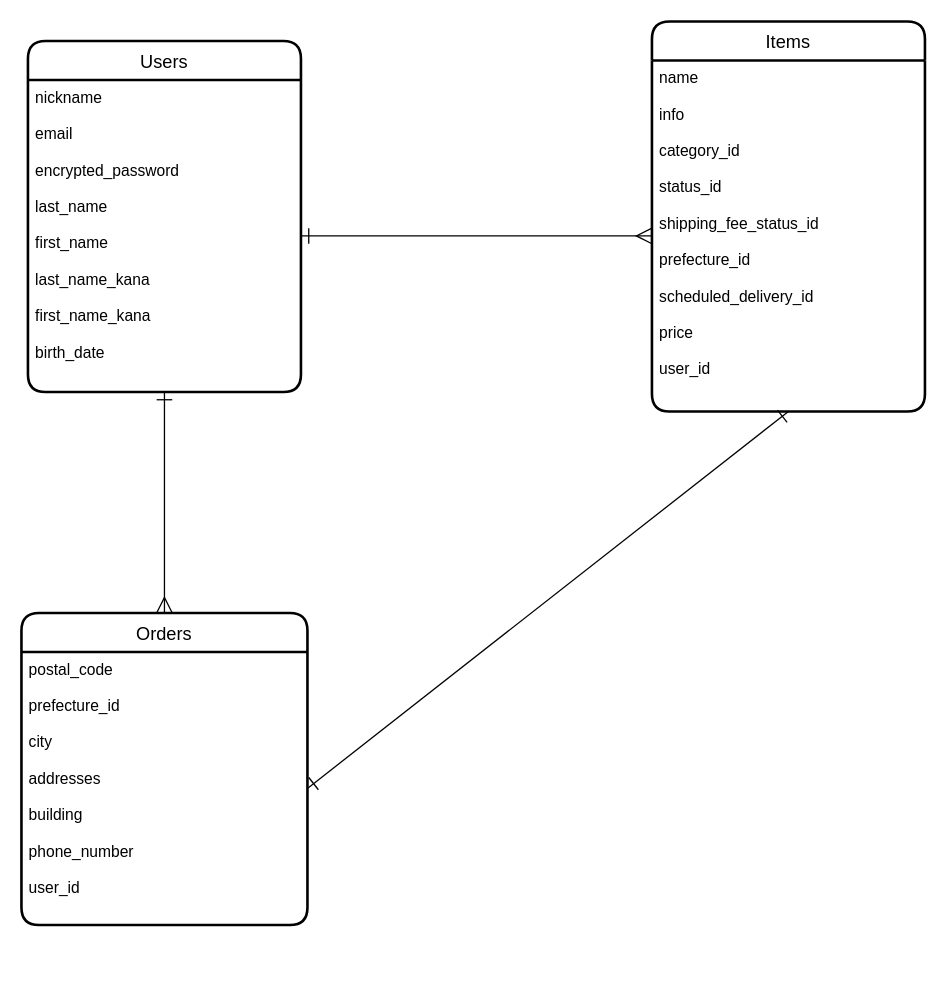
This is ER.dio from chibashu/furima-37146, a draw.io file, before an edit. Source tidied: cells renumbered, new cells numbered last; positions are measured from the earlier drawing's top-left corner, leaving out a move shared by most shapes. Both pictures are drawn from the tidied source at 130%, with x=0, y=0 at pixel (21, 21).
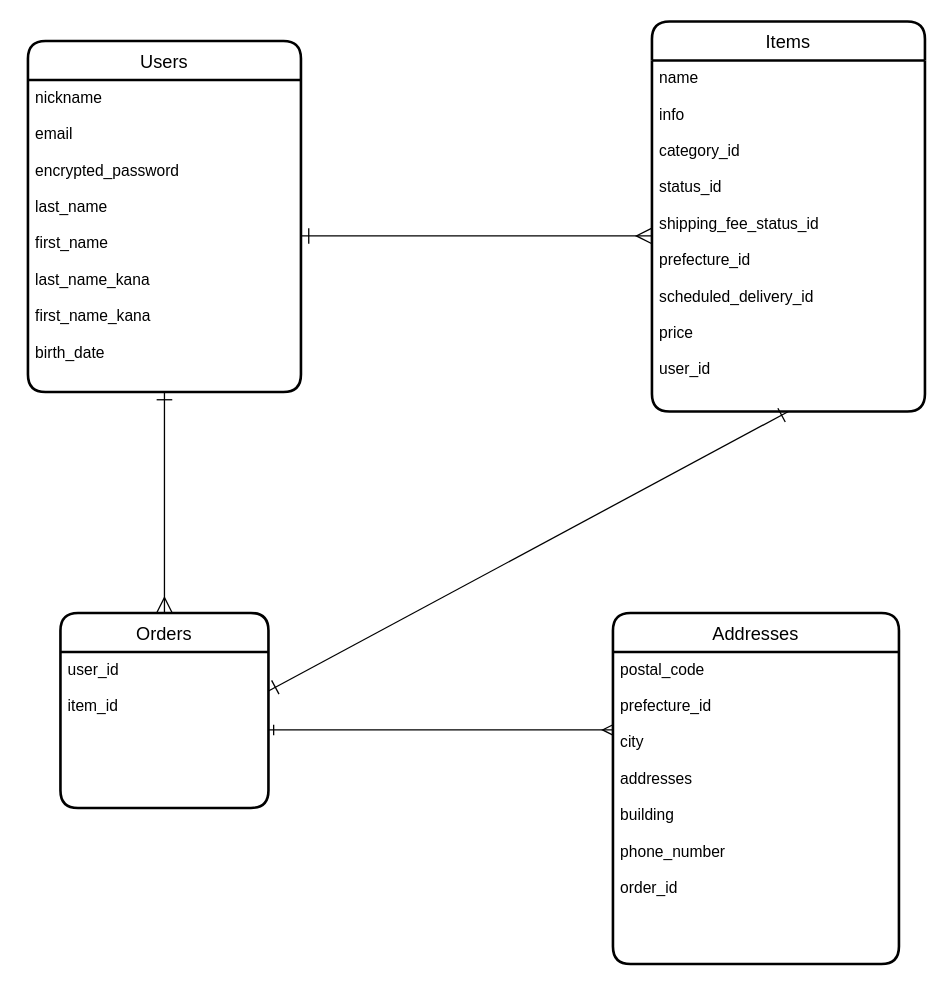
Above is the later version.

Commit message (it also covers changes not shown here):
テーブル設計とER図の修正

What changed in the source:
```diff
@@
 <mxGraphModel>
   <root>
     <mxCell id="0" />
     <mxCell id="1" parent="0" />
     <mxCell id="2" value="Users" style="swimlane;horizontal=1;startSize=30;rounded=1;fontSize=14;fontStyle=0;strokeWidth=2;shadow=0;dashed=0;align=center;" parent="1" vertex="1">
       <mxGeometry x="5" y="15" width="210" height="270" as="geometry" />
     </mxCell>
     <mxCell id="3" value="nickname&#10;&#10;email&#10;&#10;encrypted_password&#10;&#10;last_name&#10;&#10;first_name&#10;&#10;last_name_kana&#10;&#10;first_name_kana&#10;&#10;birth_date" style="align=left;strokeColor=none;fillColor=none;spacingLeft=4;fontSize=12;verticalAlign=top;" parent="2" vertex="1">
       <mxGeometry y="30" width="210" height="240" as="geometry" />
     </mxCell>
     <mxCell id="4" value="Items" style="swimlane;horizontal=1;startSize=30;rounded=1;fontSize=14;fontStyle=0;strokeWidth=2;shadow=0;dashed=0;align=center;" parent="1" vertex="1">
       <mxGeometry x="485" width="210" height="300" as="geometry" />
     </mxCell>
     <mxCell id="5" value="name&#10;&#10;info&#10;&#10;category_id&#10;&#10;status_id&#10;&#10;shipping_fee_status_id&#10;&#10;prefecture_id&#10;&#10;scheduled_delivery_id&#10;&#10;price&#10;&#10;user_id" style="align=left;strokeColor=none;fillColor=none;spacingLeft=4;fontSize=12;verticalAlign=top;" parent="4" vertex="1">
       <mxGeometry y="30" width="210" height="270" as="geometry" />
     </mxCell>
     <mxCell id="6" style="edgeStyle=none;jumpSize=6;html=1;exitX=1;exitY=0.5;exitDx=0;exitDy=0;entryX=0;entryY=0.5;entryDx=0;entryDy=0;startSize=10;endSize=10;endArrow=ERmany;endFill=0;startArrow=ERone;startFill=0;" parent="1" edge="1" source="3" target="5">
       <mxGeometry relative="1" as="geometry" />
     </mxCell>
-    <mxCell id="7" style="edgeStyle=none;jumpSize=6;html=1;exitX=1;exitY=0.5;exitDx=0;exitDy=0;entryX=0.5;entryY=1;entryDx=0;entryDy=0;endArrow=ERone;endFill=0;startSize=10;endSize=10;startArrow=ERone;startFill=0;" parent="1" edge="1" source="10" target="5">
+    <mxCell id="7" style="edgeStyle=none;jumpSize=6;html=1;exitX=1;exitY=0.25;exitDx=0;exitDy=0;entryX=0.5;entryY=1;entryDx=0;entryDy=0;endArrow=ERone;endFill=0;startSize=10;endSize=10;startArrow=ERone;startFill=0;" parent="1" edge="1" source="13" target="5">
       <mxGeometry relative="1" as="geometry" />
     </mxCell>
-    <mxCell id="8" style="edgeStyle=none;jumpSize=6;html=1;exitX=0.5;exitY=1;exitDx=0;exitDy=0;endArrow=ERmany;endFill=0;startSize=10;endSize=10;entryX=0.5;entryY=0;entryDx=0;entryDy=0;startArrow=ERone;startFill=0;" parent="1" edge="1" source="3" target="9">
-      <mxGeometry relative="1" as="geometry" />
+    <mxCell id="8" style="edgeStyle=none;jumpSize=6;html=1;endArrow=ERmany;endFill=0;startSize=10;endSize=10;entryX=0.5;entryY=0;entryDx=0;entryDy=0;startArrow=ERone;startFill=0;" parent="1" edge="1" target="12">
+      <mxGeometry relative="1" as="geometry">
+        <mxPoint x="110" y="285" as="sourcePoint" />
+      </mxGeometry>
     </mxCell>
-    <mxCell id="9" value="Orders" style="swimlane;horizontal=1;startSize=30;rounded=1;fontSize=14;fontStyle=0;strokeWidth=2;shadow=0;dashed=0;align=center;" parent="1" vertex="1">
-      <mxGeometry y="455" width="220" height="240" as="geometry" />
+    <mxCell id="9" value="Addresses" style="swimlane;horizontal=1;startSize=30;rounded=1;fontSize=14;fontStyle=0;strokeWidth=2;shadow=0;dashed=0;align=center;" parent="1" vertex="1">
+      <mxGeometry x="455" y="455" width="220" height="270" as="geometry" />
     </mxCell>
-    <mxCell id="10" value="postal_code&#10;&#10;prefecture_id&#10;&#10;city&#10;&#10;addresses&#10;&#10;building&#10;&#10;phone_number&#10;&#10;user_id" style="align=left;strokeColor=none;fillColor=none;spacingLeft=4;fontSize=12;verticalAlign=top;" parent="9" vertex="1">
-      <mxGeometry y="30" width="220" height="210" as="geometry" />
+    <mxCell id="10" value="postal_code&#10;&#10;prefecture_id&#10;&#10;city&#10;&#10;addresses&#10;&#10;building&#10;&#10;phone_number&#10;&#10;order_id" style="align=left;strokeColor=none;fillColor=none;spacingLeft=4;fontSize=12;verticalAlign=top;" parent="9" vertex="1">
+      <mxGeometry y="30" width="220" height="240" as="geometry" />
     </mxCell>
+    <mxCell id="11" style="edgeStyle=none;html=1;entryX=0;entryY=0.25;entryDx=0;entryDy=0;exitX=1;exitY=0.5;exitDx=0;exitDy=0;endArrow=ERmany;endFill=0;startArrow=ERone;startFill=0;" parent="1" edge="1" source="13" target="10">
+      <mxGeometry relative="1" as="geometry" />
+    </mxCell>
+    <mxCell id="12" value="Orders" style="swimlane;horizontal=1;startSize=30;rounded=1;fontSize=14;fontStyle=0;strokeWidth=2;shadow=0;dashed=0;align=center;" parent="1" vertex="1">
+      <mxGeometry x="30" y="455" width="160" height="150" as="geometry" />
+    </mxCell>
+    <mxCell id="13" value="user_id&#10;&#10;item_id" style="align=left;strokeColor=none;fillColor=none;spacingLeft=4;fontSize=12;verticalAlign=top;" parent="12" vertex="1">
+      <mxGeometry y="30" width="160" height="120" as="geometry" />
+    </mxCell>
   </root>
 </mxGraphModel>
```
